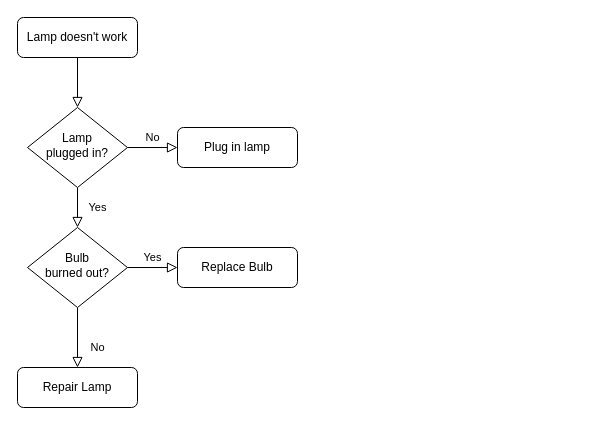
Above: Untitled Diagram.drawio in endlescoder/Web-Defacement-Detection-Tool (draw.io), before the change. Source tidied: cells renumbered, new cells numbered last; positions are measured from the earlier drawing's top-left corner, leaving out a move shared by most shapes. Both pictures are drawn from the tidied source at 100%, with x=0, y=0 at pixel (17, 17).
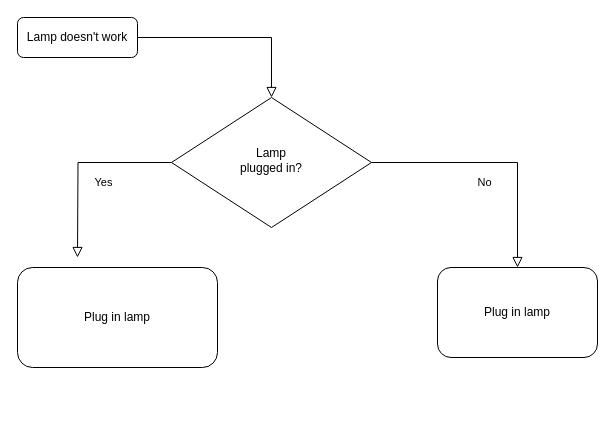
The same diagram, later.

What changed in the source:
```diff
@@
 <mxGraphModel>
   <root>
     <mxCell id="0" />
     <mxCell id="1" parent="0" />
     <mxCell id="2" style="rounded=0;html=1;jettySize=auto;fontSize=11;endArrow=block;endFill=0;endSize=8;strokeWidth=1;shadow=0;labelBackgroundColor=none;edgeStyle=orthogonalEdgeStyle;" parent="1" edge="1" source="3" target="6">
       <mxGeometry relative="1" as="geometry" />
     </mxCell>
     <mxCell id="3" value="Lamp doesn't work" style="rounded=1;whiteSpace=wrap;html=1;fontSize=12;glass=0;strokeWidth=1;shadow=0;" parent="1" vertex="1">
       <mxGeometry width="120" height="40" as="geometry" />
     </mxCell>
-    <mxCell id="4" value="Yes" style="rounded=0;html=1;jettySize=auto;fontSize=11;endArrow=block;endFill=0;endSize=8;strokeWidth=1;shadow=0;labelBackgroundColor=none;edgeStyle=orthogonalEdgeStyle;" parent="1" edge="1" source="6" target="10">
-      <mxGeometry y="20" relative="1" as="geometry" />
+    <mxCell id="4" value="Yes" style="rounded=0;html=1;jettySize=auto;fontSize=11;endArrow=block;endFill=0;endSize=8;strokeWidth=1;shadow=0;labelBackgroundColor=none;edgeStyle=orthogonalEdgeStyle;" parent="1" edge="1" source="6">
+      <mxGeometry x="-0.28" y="20" relative="1" as="geometry">
+        <mxPoint x="60" y="240" as="targetPoint" />
+      </mxGeometry>
     </mxCell>
     <mxCell id="5" value="No" style="edgeStyle=orthogonalEdgeStyle;rounded=0;html=1;jettySize=auto;fontSize=11;endArrow=block;endFill=0;endSize=8;strokeWidth=1;shadow=0;labelBackgroundColor=none;" parent="1" edge="1" source="6" target="7">
-      <mxGeometry y="10" relative="1" as="geometry" />
+      <mxGeometry x="-0.1" y="-20" relative="1" as="geometry">
+        <Array as="points">
+          <mxPoint x="500" y="145" />
+        </Array>
+      </mxGeometry>
     </mxCell>
     <mxCell id="6" value="Lamp&lt;br&gt;plugged in?" style="rhombus;whiteSpace=wrap;html=1;shadow=0;fontFamily=Helvetica;fontSize=12;align=center;strokeWidth=1;spacing=6;spacingTop=-4;" parent="1" vertex="1">
-      <mxGeometry x="10" y="90" width="100" height="80" as="geometry" />
+      <mxGeometry x="154" y="80" width="200" height="130" as="geometry" />
     </mxCell>
     <mxCell id="7" value="Plug in lamp" style="rounded=1;whiteSpace=wrap;html=1;fontSize=12;glass=0;strokeWidth=1;shadow=0;" parent="1" vertex="1">
-      <mxGeometry x="160" y="110" width="120" height="40" as="geometry" />
+      <mxGeometry x="420" y="250" width="160" height="90" as="geometry" />
     </mxCell>
-    <mxCell id="8" value="No" style="rounded=0;html=1;jettySize=auto;fontSize=11;endArrow=block;endFill=0;endSize=8;strokeWidth=1;shadow=0;labelBackgroundColor=none;edgeStyle=orthogonalEdgeStyle;" parent="1" edge="1" source="10" target="11">
-      <mxGeometry x="0.33" y="20" relative="1" as="geometry" />
-    </mxCell>
-    <mxCell id="9" value="Yes" style="edgeStyle=orthogonalEdgeStyle;rounded=0;html=1;jettySize=auto;fontSize=11;endArrow=block;endFill=0;endSize=8;strokeWidth=1;shadow=0;labelBackgroundColor=none;" parent="1" edge="1" source="10" target="12">
-      <mxGeometry y="10" relative="1" as="geometry" />
-    </mxCell>
-    <mxCell id="10" value="Bulb&lt;br&gt;burned out?" style="rhombus;whiteSpace=wrap;html=1;shadow=0;fontFamily=Helvetica;fontSize=12;align=center;strokeWidth=1;spacing=6;spacingTop=-4;" parent="1" vertex="1">
-      <mxGeometry x="10" y="210" width="100" height="80" as="geometry" />
-    </mxCell>
-    <mxCell id="11" value="Repair Lamp" style="rounded=1;whiteSpace=wrap;html=1;fontSize=12;glass=0;strokeWidth=1;shadow=0;" parent="1" vertex="1">
-      <mxGeometry y="350" width="120" height="40" as="geometry" />
-    </mxCell>
-    <mxCell id="12" value="Replace Bulb" style="rounded=1;whiteSpace=wrap;html=1;fontSize=12;glass=0;strokeWidth=1;shadow=0;" parent="1" vertex="1">
-      <mxGeometry x="160" y="230" width="120" height="40" as="geometry" />
-    </mxCell>
+    <mxCell id="13" value="Plug in lamp" style="rounded=1;whiteSpace=wrap;html=1;fontSize=12;glass=0;strokeWidth=1;shadow=0;" parent="1" vertex="1">
+      <mxGeometry y="250" width="200" height="100" as="geometry" />
+    </mxCell>
   </root>
 </mxGraphModel>
```
